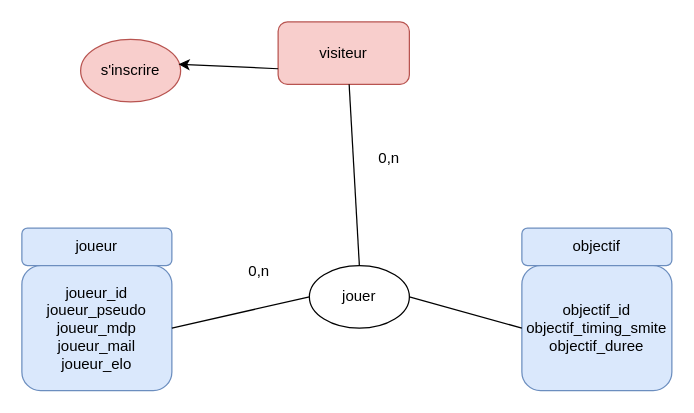
This is Untitled Diagram.drawio from 402rayan/Pop_smite, a draw.io file, before an edit. Source tidied: cells renumbered, new cells numbered last; positions are measured from the earlier drawing's top-left corner, leaving out a move shared by most shapes. Both pictures are drawn from the tidied source at 125%, with x=0, y=0 at pixel (21, 21).
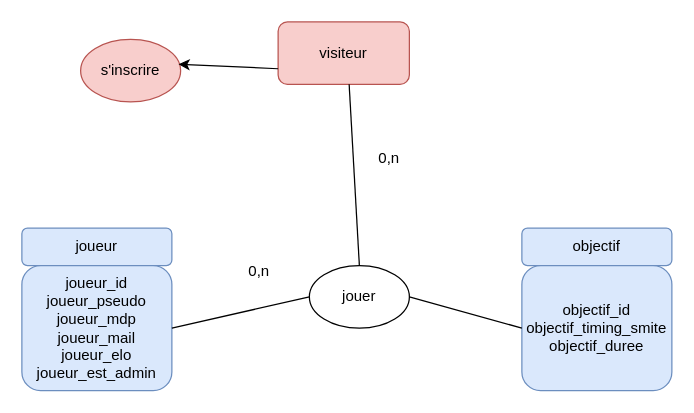
The same page after the edit.

The edit, as a diff of the source:
```diff
@@
 <mxGraphModel>
   <root>
     <mxCell id="0" />
     <mxCell id="1" parent="0" />
     <mxCell id="2" value="joueur" style="rounded=1;whiteSpace=wrap;html=1;fillColor=#dae8fc;strokeColor=#6c8ebf;" parent="1" vertex="1">
       <mxGeometry y="165" width="120" height="30" as="geometry" />
     </mxCell>
-    <mxCell id="3" value="joueur_id&lt;br&gt;joueur_pseudo&lt;br&gt;joueur_mdp&lt;br&gt;joueur_mail&lt;br&gt;joueur_elo" style="rounded=1;whiteSpace=wrap;html=1;fillColor=#dae8fc;strokeColor=#6c8ebf;" parent="1" vertex="1">
+    <mxCell id="3" value="joueur_id&lt;br&gt;joueur_pseudo&lt;br&gt;joueur_mdp&lt;br&gt;joueur_mail&lt;br&gt;joueur_elo&lt;br&gt;joueur_est_admin" style="rounded=1;whiteSpace=wrap;html=1;fillColor=#dae8fc;strokeColor=#6c8ebf;" parent="1" vertex="1">
       <mxGeometry y="195" width="120" height="100" as="geometry" />
     </mxCell>
     <mxCell id="4" value="objectif" style="rounded=1;whiteSpace=wrap;html=1;fillColor=#dae8fc;strokeColor=#6c8ebf;" parent="1" vertex="1">
       <mxGeometry x="400" y="165" width="120" height="30" as="geometry" />
     </mxCell>
     <mxCell id="5" value="objectif_id&lt;br&gt;objectif_timing_smite&lt;br&gt;objectif_duree" style="rounded=1;whiteSpace=wrap;html=1;fillColor=#dae8fc;strokeColor=#6c8ebf;" parent="1" vertex="1">
       <mxGeometry x="400" y="195" width="120" height="100" as="geometry" />
     </mxCell>
     <mxCell id="6" value="jouer" style="ellipse;whiteSpace=wrap;html=1;" parent="1" vertex="1">
       <mxGeometry x="230" y="195" width="80" height="50" as="geometry" />
     </mxCell>
     <mxCell id="7" style="endArrow=none;html=1;rounded=0;exitX=1;exitY=0.5;exitDx=0;exitDy=0;entryX=0;entryY=0.5;entryDx=0;entryDy=0;" parent="1" edge="1" source="3" target="6">
       <mxGeometry relative="1" as="geometry" />
     </mxCell>
     <mxCell id="8" style="endArrow=none;html=1;rounded=0;exitX=1;exitY=0.5;exitDx=0;exitDy=0;entryX=0;entryY=0.5;entryDx=0;entryDy=0;" parent="1" edge="1" source="6" target="5">
       <mxGeometry relative="1" as="geometry" />
     </mxCell>
     <mxCell id="9" value="0,n" style="text;html=1;strokeColor=none;fillColor=none;align=center;verticalAlign=middle;whiteSpace=wrap;rounded=0;" parent="1" vertex="1">
       <mxGeometry x="160" y="185" width="60" height="30" as="geometry" />
     </mxCell>
     <mxCell id="10" value="0,n" style="text;html=1;strokeColor=none;fillColor=none;align=center;verticalAlign=middle;whiteSpace=wrap;rounded=0;" parent="1" vertex="1">
       <mxGeometry x="264" y="94" width="60" height="30" as="geometry" />
     </mxCell>
     <mxCell id="11" value="visiteur" style="rounded=1;whiteSpace=wrap;html=1;fillColor=#f8cecc;strokeColor=#b85450;" parent="1" vertex="1">
       <mxGeometry x="205" width="105" height="50" as="geometry" />
     </mxCell>
     <mxCell id="12" value="s'inscrire" style="ellipse;whiteSpace=wrap;html=1;fillColor=#f8cecc;strokeColor=#b85450;" parent="1" vertex="1">
       <mxGeometry x="47" y="14" width="80" height="50" as="geometry" />
     </mxCell>
     <mxCell id="13" style="endArrow=none;html=1;rounded=0;exitX=0.541;exitY=0.997;exitDx=0;exitDy=0;entryX=0.5;entryY=0;entryDx=0;entryDy=0;exitPerimeter=0;" parent="1" edge="1" source="11" target="6">
       <mxGeometry relative="1" as="geometry" />
     </mxCell>
     <mxCell id="14" style="endArrow=classic;html=1;rounded=0;entryX=0.979;entryY=0.397;entryDx=0;entryDy=0;entryPerimeter=0;exitX=0;exitY=0.75;exitDx=0;exitDy=0;" parent="1" edge="1" source="11" target="12">
       <mxGeometry relative="1" as="geometry" />
     </mxCell>
   </root>
 </mxGraphModel>
```
